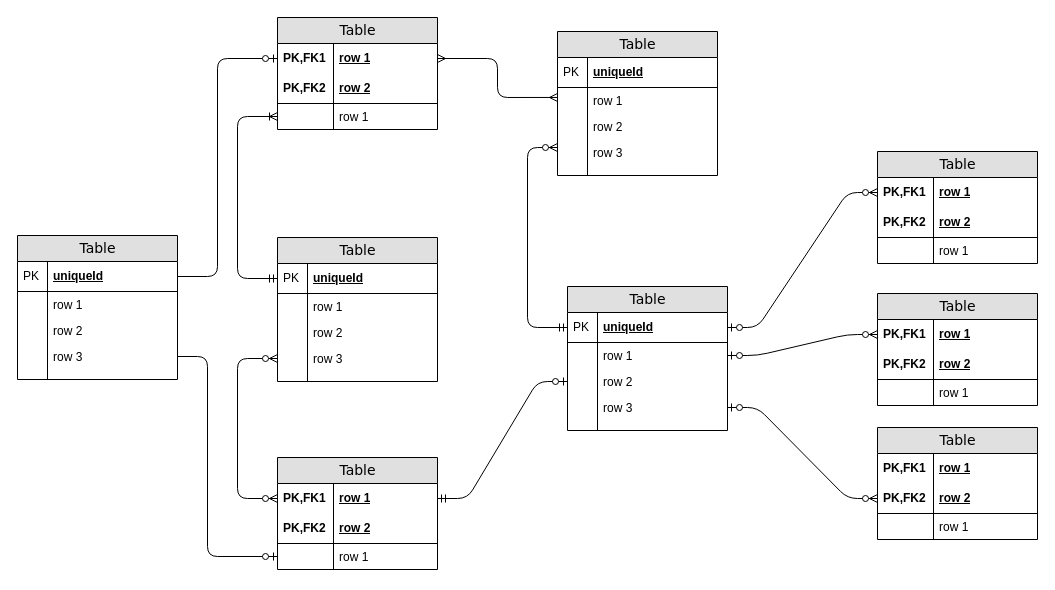
The draw.io diagram draw.io/Untitled Diagram.drawio in informedindividual/opdata, before the edit. Source tidied: cells renumbered, new cells numbered last; positions are measured from the earlier drawing's top-left corner, leaving out a move shared by most shapes. Both pictures are drawn from the tidied source at 100%, with x=0, y=0 at pixel (17, 17).
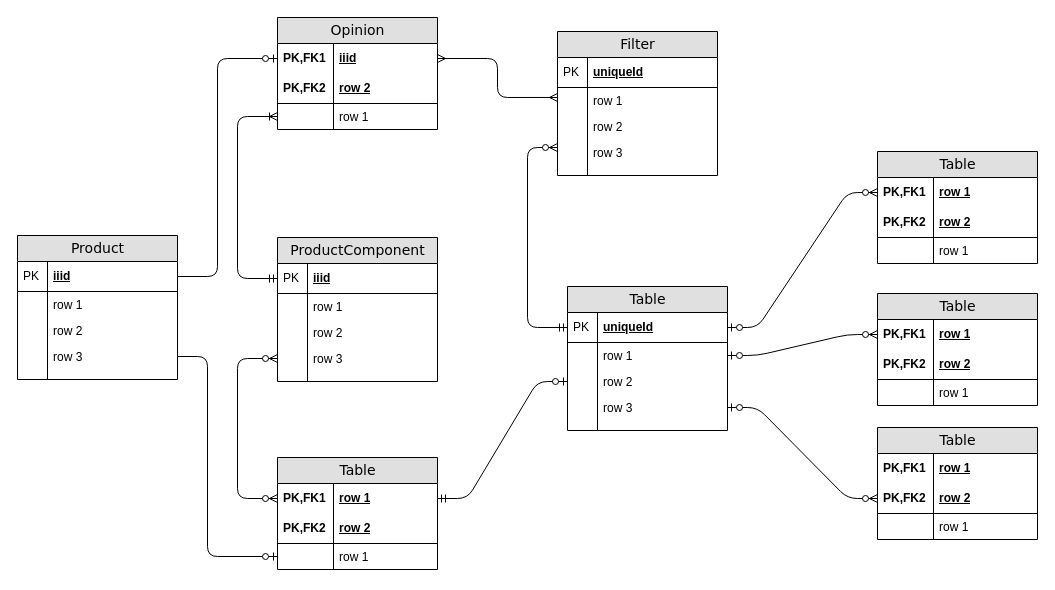
After the change.

What changed in the source:
```diff
@@
-    <mxCell id="2" value="Table" style="swimlane;html=1;fontStyle=0;horizontal=1;startSize=26;fillColor=#e0e0e0;swimlaneFillColor=#ffffff;align=center;rounded=0;shadow=0;comic=0;labelBackgroundColor=none;strokeWidth=1;fontFamily=Verdana;fontSize=14;" parent="1" vertex="1">
+    <mxCell id="2" value="Opinion" style="swimlane;html=1;fontStyle=0;horizontal=1;startSize=26;fillColor=#e0e0e0;swimlaneFillColor=#ffffff;align=center;rounded=0;shadow=0;comic=0;labelBackgroundColor=none;strokeWidth=1;fontFamily=Verdana;fontSize=14;" parent="1" vertex="1">
       <mxGeometry x="260" width="160" height="112" as="geometry" />
     </mxCell>
-    <mxCell id="3" value="row 1" style="shape=partialRectangle;top=0;left=0;right=0;bottom=0;html=1;align=left;verticalAlign=middle;fillColor=none;spacingLeft=60;spacingRight=4;whiteSpace=wrap;overflow=hidden;points=[[0,0.5],[1,0.5]];portConstraint=eastwest;fontStyle=5;" parent="2" vertex="1">
+    <mxCell id="3" value="iiid" style="shape=partialRectangle;top=0;left=0;right=0;bottom=0;html=1;align=left;verticalAlign=middle;fillColor=none;spacingLeft=60;spacingRight=4;whiteSpace=wrap;overflow=hidden;points=[[0,0.5],[1,0.5]];portConstraint=eastwest;fontStyle=5;" parent="2" vertex="1">
       <mxGeometry y="26" width="160" height="30" as="geometry" />
     </mxCell>
@@
-    <mxCell id="9" value="Table" style="swimlane;html=1;fontStyle=0;horizontal=1;startSize=26;fillColor=#e0e0e0;swimlaneFillColor=#ffffff;align=center;rounded=0;shadow=0;comic=0;labelBackgroundColor=none;strokeWidth=1;fontFamily=Verdana;fontSize=14;swimlaneLine=1;" parent="1" vertex="1">
+    <mxCell id="9" value="Filter" style="swimlane;html=1;fontStyle=0;horizontal=1;startSize=26;fillColor=#e0e0e0;swimlaneFillColor=#ffffff;align=center;rounded=0;shadow=0;comic=0;labelBackgroundColor=none;strokeWidth=1;fontFamily=Verdana;fontSize=14;swimlaneLine=1;" parent="1" vertex="1">
       <mxGeometry x="540" y="14" width="160" height="144" as="geometry" />
     </mxCell>
@@
-    <mxCell id="20" value="Table" style="swimlane;html=1;fontStyle=0;horizontal=1;startSize=26;fillColor=#e0e0e0;swimlaneFillColor=#ffffff;align=center;rounded=0;shadow=0;comic=0;labelBackgroundColor=none;strokeWidth=1;fontFamily=Verdana;fontSize=14;" parent="1" vertex="1">
+    <mxCell id="20" value="ProductComponent" style="swimlane;html=1;fontStyle=0;horizontal=1;startSize=26;fillColor=#e0e0e0;swimlaneFillColor=#ffffff;align=center;rounded=0;shadow=0;comic=0;labelBackgroundColor=none;strokeWidth=1;fontFamily=Verdana;fontSize=14;" parent="1" vertex="1">
       <mxGeometry x="260" y="220" width="160" height="144" as="geometry" />
     </mxCell>
-    <mxCell id="21" value="uniqueId" style="shape=partialRectangle;top=0;left=0;right=0;bottom=1;html=1;align=left;verticalAlign=middle;fillColor=none;spacingLeft=34;spacingRight=4;whiteSpace=wrap;overflow=hidden;points=[[0,0.5],[1,0.5]];portConstraint=eastwest;fontStyle=5;" parent="20" vertex="1">
+    <mxCell id="21" value="iiid" style="shape=partialRectangle;top=0;left=0;right=0;bottom=1;html=1;align=left;verticalAlign=middle;fillColor=none;spacingLeft=34;spacingRight=4;whiteSpace=wrap;overflow=hidden;points=[[0,0.5],[1,0.5]];portConstraint=eastwest;fontStyle=5;" parent="20" vertex="1">
       <mxGeometry y="26" width="160" height="30" as="geometry" />
     </mxCell>
@@
-    <mxCell id="78" value="Table" style="swimlane;html=1;fontStyle=0;horizontal=1;startSize=26;fillColor=#e0e0e0;swimlaneFillColor=#ffffff;align=center;rounded=0;shadow=0;comic=0;labelBackgroundColor=none;strokeWidth=1;fontFamily=Verdana;fontSize=14;" parent="1" vertex="1">
+    <mxCell id="78" value="Product" style="swimlane;html=1;fontStyle=0;horizontal=1;startSize=26;fillColor=#e0e0e0;swimlaneFillColor=#ffffff;align=center;rounded=0;shadow=0;comic=0;labelBackgroundColor=none;strokeWidth=1;fontFamily=Verdana;fontSize=14;" parent="1" vertex="1">
       <mxGeometry y="218" width="160" height="144" as="geometry" />
     </mxCell>
-    <mxCell id="79" value="uniqueId" style="shape=partialRectangle;top=0;left=0;right=0;bottom=1;html=1;align=left;verticalAlign=middle;fillColor=none;spacingLeft=34;spacingRight=4;whiteSpace=wrap;overflow=hidden;points=[[0,0.5],[1,0.5]];portConstraint=eastwest;fontStyle=5;" parent="78" vertex="1">
+    <mxCell id="79" value="iiid" style="shape=partialRectangle;top=0;left=0;right=0;bottom=1;html=1;align=left;verticalAlign=middle;fillColor=none;spacingLeft=34;spacingRight=4;whiteSpace=wrap;overflow=hidden;points=[[0,0.5],[1,0.5]];portConstraint=eastwest;fontStyle=5;" parent="78" vertex="1">
       <mxGeometry y="26" width="160" height="30" as="geometry" />
     </mxCell>
```
